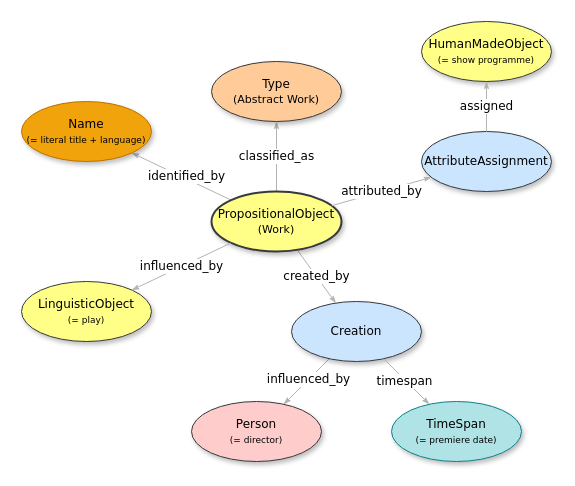
Above: Figures-Cookbook/A.drawio in stage-to-data/linked-art-pa (draw.io), before the change. Source tidied: cells renumbered, new cells numbered last; positions are measured from the earlier drawing's top-left corner, leaving out a move shared by most shapes. Both pictures are drawn from the tidied source at 100%, with x=0, y=0 at pixel (21, 21).
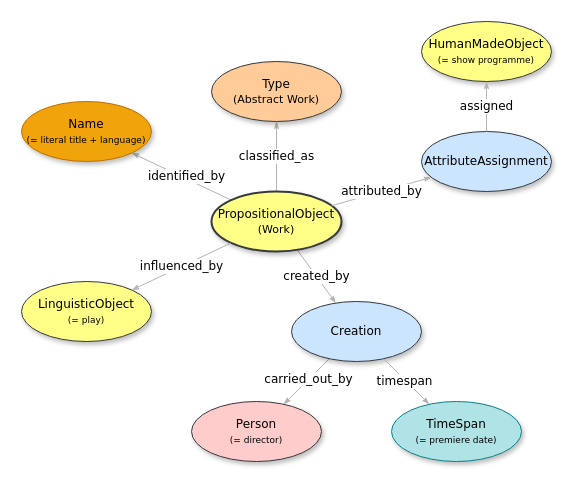
After the change.

Unchanged cells that the change refers to:
```xml
<mxCell id="8" style="edgeStyle=none;rounded=1;html=1;labelBackgroundColor=none;startArrow=none;startFill=0;startSize=5;endArrow=classicThin;endFill=1;endSize=5;jettySize=auto;strokeColor=#B3B3B3;strokeWidth=1;fontFamily=Verdana;fontSize=12;" parent="1" edge="1" source="10" target="11">
  <mxGeometry relative="1" as="geometry" />
</mxCell>
```

Diff of the diagram source:
```diff
@@
-    <mxCell id="9" value="&lt;font face=&quot;Verdana&quot; style=&quot;font-size: 12px;&quot;&gt;influenced_by&lt;/font&gt;" style="edgeLabel;html=1;align=center;verticalAlign=middle;" parent="8" vertex="1">
+    <mxCell id="9" value="&lt;font face=&quot;Verdana&quot; style=&quot;font-size: 12px;&quot;&gt;carried_out_by&lt;/font&gt;" style="edgeLabel;html=1;align=center;verticalAlign=middle;" parent="8" vertex="1">
       <mxGeometry x="-0.06" relative="1" as="geometry">
         <mxPoint y="-1" as="offset" />
       </mxGeometry>
     </mxCell>
```
